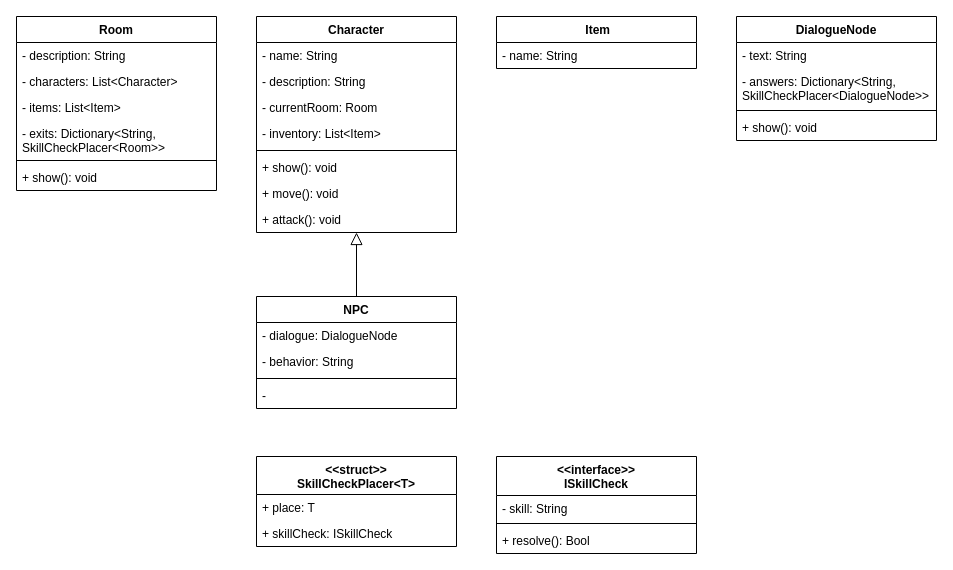
qogoist/LegendsOfAntir keeps this draw.io diagram as page "Classes" (2 of 3) of Diagrams/Legends of Antir Diagrams.drawio. Above is the earlier version. Source tidied: cells renumbered, new cells numbered last; positions are measured from the earlier drawing's top-left corner, leaving out a move shared by most shapes. Both pictures are drawn from the tidied source at 100%, with x=0, y=0 at pixel (16, 16).
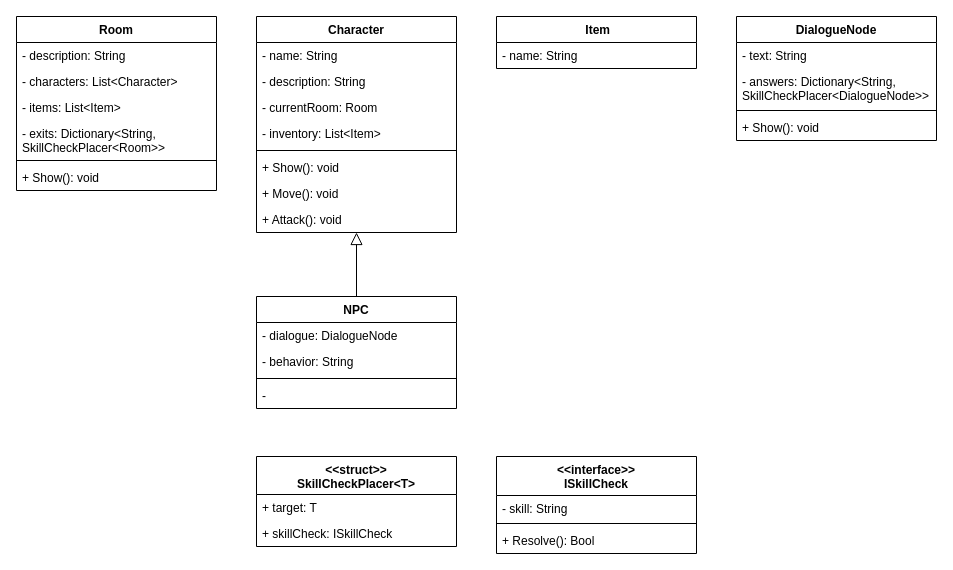
The same page after the edit.

The change refers to these unchanged cells:
```xml
<mxCell id="2" value="Room" style="swimlane;fontStyle=1;align=center;verticalAlign=top;horizontal=1;startSize=26;" parent="1" vertex="1">
  <mxGeometry width="200" height="174" as="geometry" />
</mxCell>
<mxCell id="9" value="Character" style="swimlane;fontStyle=1;align=center;verticalAlign=top;horizontal=1;startSize=26;" parent="1" vertex="1">
  <mxGeometry x="240" width="200" height="216" as="geometry" />
</mxCell>
<mxCell id="26" value="DialogueNode" style="swimlane;fontStyle=1;align=center;verticalAlign=top;horizontal=1;startSize=26;" parent="1" vertex="1">
  <mxGeometry x="720" width="200" height="124" as="geometry" />
</mxCell>
<mxCell id="31" value="&lt;&lt;interface&gt;&gt;&#10;ISkillCheck" style="swimlane;fontStyle=1;align=center;verticalAlign=top;horizontal=1;startSize=39;" parent="1" vertex="1">
  <mxGeometry x="480" y="440" width="200" height="97" as="geometry" />
</mxCell>
<mxCell id="35" value="&lt;&lt;struct&gt;&gt;&#10;SkillCheckPlacer&lt;T&gt;" style="swimlane;fontStyle=1;align=center;verticalAlign=top;horizontal=1;startSize=38;" parent="1" vertex="1">
  <mxGeometry x="240" y="440" width="200" height="90" as="geometry" />
</mxCell>
```

Diff of the diagram source:
```diff
@@
-    <mxCell id="8" value="+ show(): void" style="text;strokeColor=none;fillColor=none;align=left;verticalAlign=top;spacingLeft=4;spacingRight=4;overflow=hidden;" parent="2" vertex="1">
+    <mxCell id="8" value="+ Show(): void" style="text;strokeColor=none;fillColor=none;align=left;verticalAlign=top;spacingLeft=4;spacingRight=4;overflow=hidden;" parent="2" vertex="1">
       <mxGeometry y="148" width="200" height="26" as="geometry" />
     </mxCell>
@@
-    <mxCell id="15" value="+ show(): void" style="text;strokeColor=none;fillColor=none;align=left;verticalAlign=top;spacingLeft=4;spacingRight=4;overflow=hidden;" parent="9" vertex="1">
+    <mxCell id="15" value="+ Show(): void" style="text;strokeColor=none;fillColor=none;align=left;verticalAlign=top;spacingLeft=4;spacingRight=4;overflow=hidden;" parent="9" vertex="1">
       <mxGeometry y="138" width="200" height="26" as="geometry" />
     </mxCell>
-    <mxCell id="16" value="+ move(): void" style="text;strokeColor=none;fillColor=none;align=left;verticalAlign=top;spacingLeft=4;spacingRight=4;overflow=hidden;" parent="9" vertex="1">
+    <mxCell id="16" value="+ Move(): void" style="text;strokeColor=none;fillColor=none;align=left;verticalAlign=top;spacingLeft=4;spacingRight=4;overflow=hidden;" parent="9" vertex="1">
       <mxGeometry y="164" width="200" height="26" as="geometry" />
     </mxCell>
-    <mxCell id="17" value="+ attack(): void" style="text;strokeColor=none;fillColor=none;align=left;verticalAlign=top;spacingLeft=4;spacingRight=4;overflow=hidden;fontSize=12;" parent="9" vertex="1">
+    <mxCell id="17" value="+ Attack(): void" style="text;strokeColor=none;fillColor=none;align=left;verticalAlign=top;spacingLeft=4;spacingRight=4;overflow=hidden;fontSize=12;" parent="9" vertex="1">
       <mxGeometry y="190" width="200" height="26" as="geometry" />
     </mxCell>
@@
-    <mxCell id="30" value="+ show(): void" style="text;strokeColor=none;fillColor=none;align=left;verticalAlign=top;spacingLeft=4;spacingRight=4;overflow=hidden;" parent="26" vertex="1">
+    <mxCell id="30" value="+ Show(): void" style="text;strokeColor=none;fillColor=none;align=left;verticalAlign=top;spacingLeft=4;spacingRight=4;overflow=hidden;" parent="26" vertex="1">
       <mxGeometry y="98" width="200" height="26" as="geometry" />
     </mxCell>
@@
-    <mxCell id="34" value="+ resolve(): Bool" style="text;strokeColor=none;fillColor=none;align=left;verticalAlign=top;spacingLeft=4;spacingRight=4;overflow=hidden;" parent="31" vertex="1">
+    <mxCell id="34" value="+ Resolve(): Bool" style="text;strokeColor=none;fillColor=none;align=left;verticalAlign=top;spacingLeft=4;spacingRight=4;overflow=hidden;" parent="31" vertex="1">
       <mxGeometry y="71" width="200" height="26" as="geometry" />
     </mxCell>
@@
-    <mxCell id="36" value="+ place: T" style="text;strokeColor=none;fillColor=none;align=left;verticalAlign=top;spacingLeft=4;spacingRight=4;overflow=hidden;" parent="35" vertex="1">
+    <mxCell id="36" value="+ target: T" style="text;strokeColor=none;fillColor=none;align=left;verticalAlign=top;spacingLeft=4;spacingRight=4;overflow=hidden;" parent="35" vertex="1">
       <mxGeometry y="38" width="200" height="26" as="geometry" />
     </mxCell>
```
